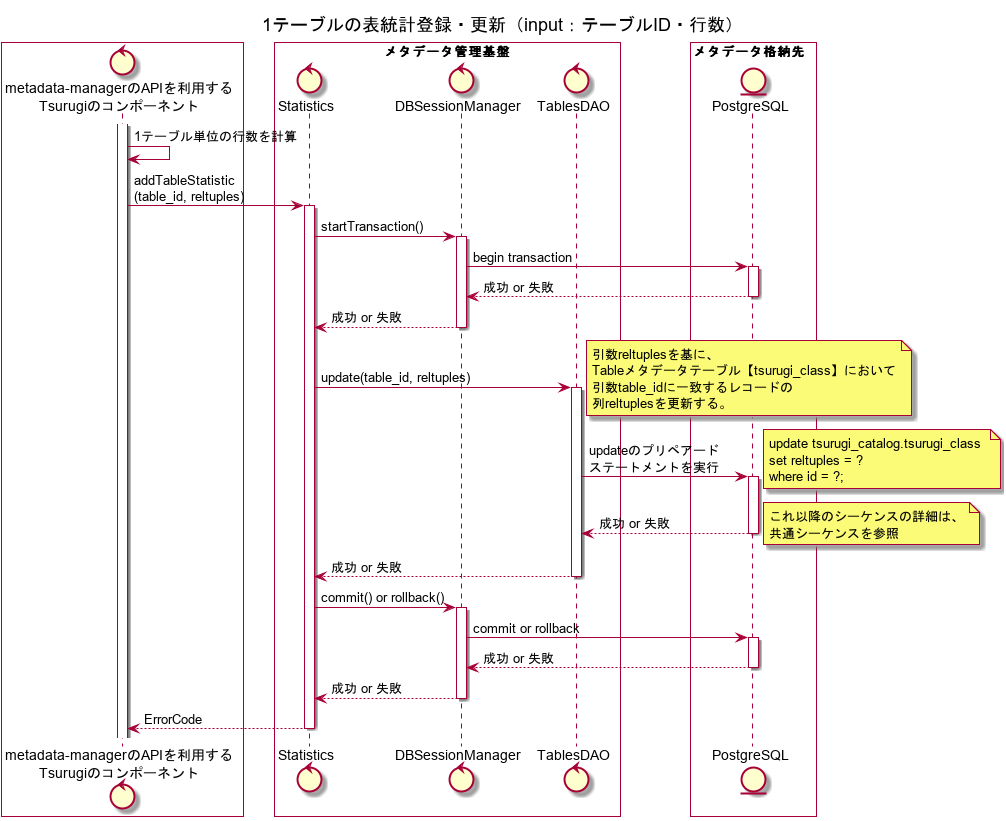
project-tsurugi/metadata-manager keeps this PlantUML diagram as metadata-manager/docs/statistic/02.FD/out/uml/SequenceDiagram_detail/1テーブルの表統計登録・更新（input：テーブルID・行数）.png. Above is the earlier version. Source of this version:
```plantuml
@startuml
title 1テーブルの表統計登録・更新（input：テーブルID・行数）

box #White
control "metadata-managerのAPIを利用する\nTsurugiのコンポーネント" as ogawayama
end box
box "メタデータ管理基盤" #White
control "Statistics" as Statistics
control "DBSessionManager" as DBSessionManager
control "TablesDAO" as TablesDAO
end box
box メタデータ格納先  #White
entity "PostgreSQL" as metadata_storage
end box

activate ogawayama
ogawayama -> ogawayama : 1テーブル単位の行数を計算
ogawayama -> Statistics : addTableStatistic\n(table_id, reltuples)
activate Statistics
Statistics -> DBSessionManager : startTransaction()
activate DBSessionManager
DBSessionManager -> metadata_storage : begin transaction
activate metadata_storage
DBSessionManager <-- metadata_storage: 成功 or 失敗
deactivate metadata_storage
Statistics <-- DBSessionManager : 成功 or 失敗
deactivate DBSessionManager
Statistics -> TablesDAO : update(table_id, reltuples)
activate TablesDAO
note right
引数reltuplesを基に、
Tableメタデータテーブル【tsurugi_class】において
引数table_idに一致するレコードの
列reltuplesを更新する。
end note
TablesDAO -> metadata_storage : updateのプリペアード\nステートメントを実行
note right
update tsurugi_catalog.tsurugi_class
set reltuples = ?
where id = ?;
end note
activate metadata_storage
TablesDAO <-- metadata_storage : 成功 or 失敗
note right
これ以降のシーケンスの詳細は、
共通シーケンスを参照
end note
deactivate metadata_storage
Statistics <-- TablesDAO : 成功 or 失敗
deactivate TablesDAO
Statistics -> DBSessionManager : commit() or rollback()
activate DBSessionManager
DBSessionManager -> metadata_storage : commit or rollback
activate metadata_storage
DBSessionManager <-- metadata_storage : 成功 or 失敗
deactivate metadata_storage
Statistics <-- DBSessionManager : 成功 or 失敗
deactivate DBSessionManager
ogawayama <-- Statistics : ErrorCode
deactivate Statistics

@enduml
```
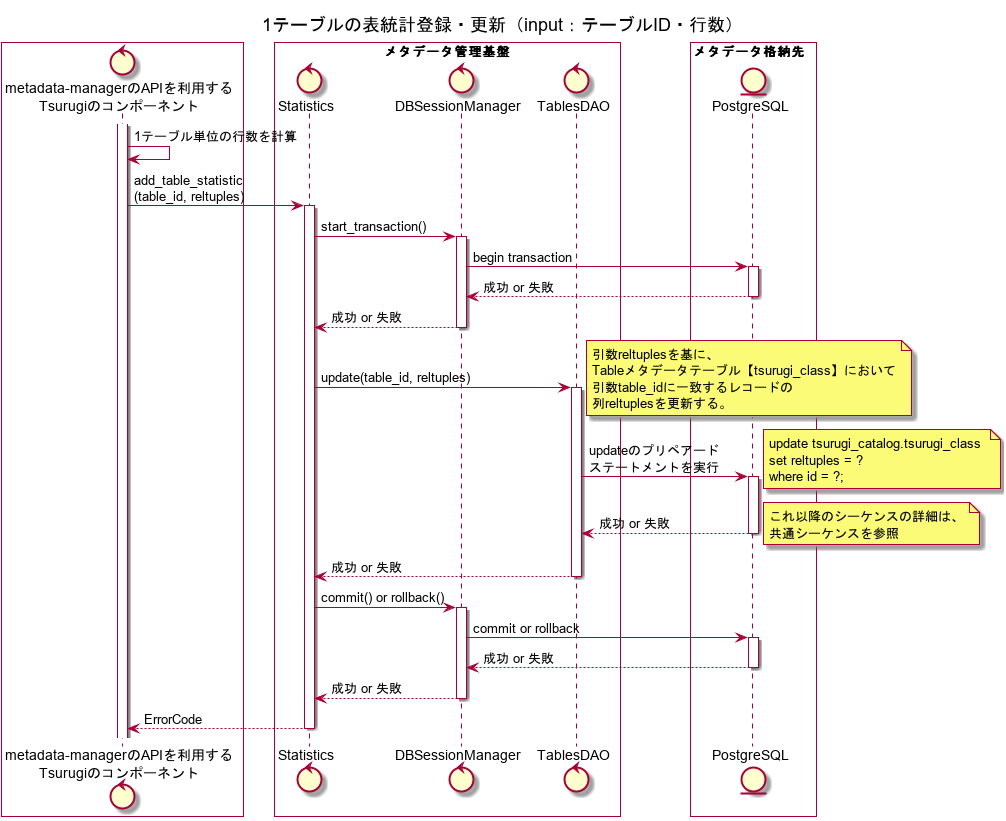
Later version of the same file.

What changed in the source:
```diff
@@ -15,9 +15,9 @@
 
 activate ogawayama
 ogawayama -> ogawayama : 1テーブル単位の行数を計算
-ogawayama -> Statistics : addTableStatistic\n(table_id, reltuples)
+ogawayama -> Statistics : add_table_statistic\n(table_id, reltuples)
 activate Statistics
-Statistics -> DBSessionManager : startTransaction()
+Statistics -> DBSessionManager : start_transaction()
 activate DBSessionManager
 DBSessionManager -> metadata_storage : begin transaction
 activate metadata_storage
```
